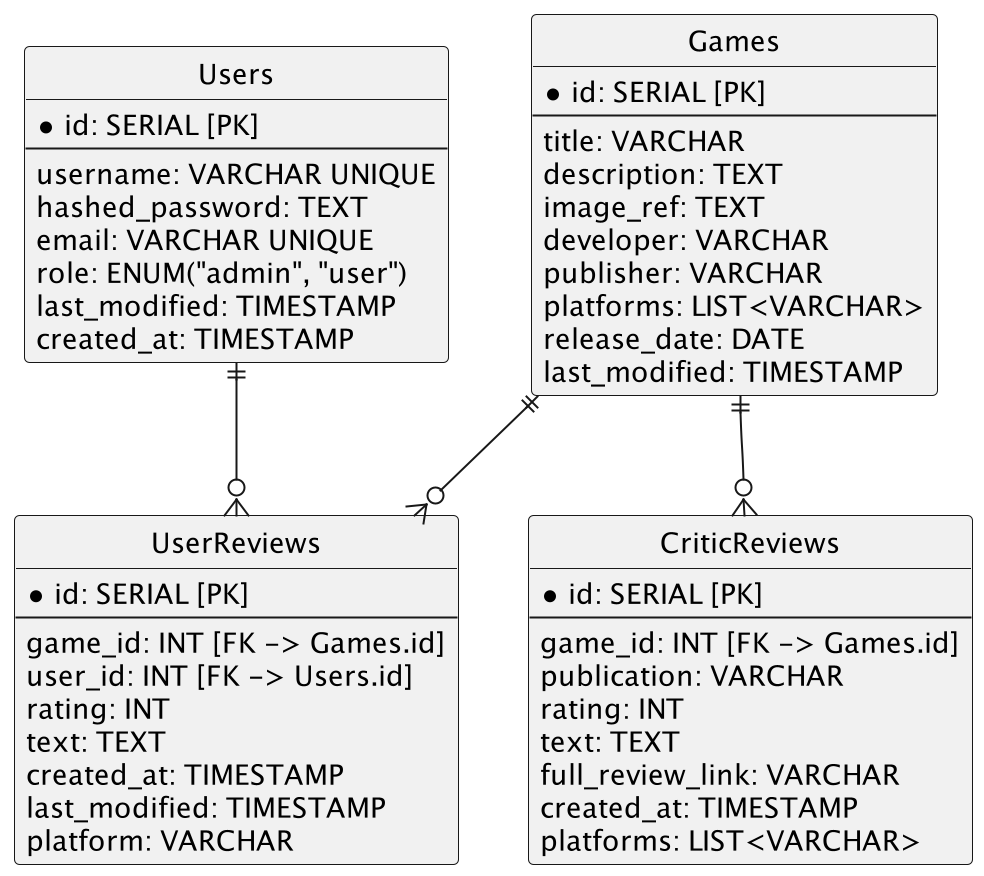
Earlier version of the PlantUML export sql_model/er.png (moevm/nosql1h25-review). Its source is kept beside it as sql_model/er.puml.
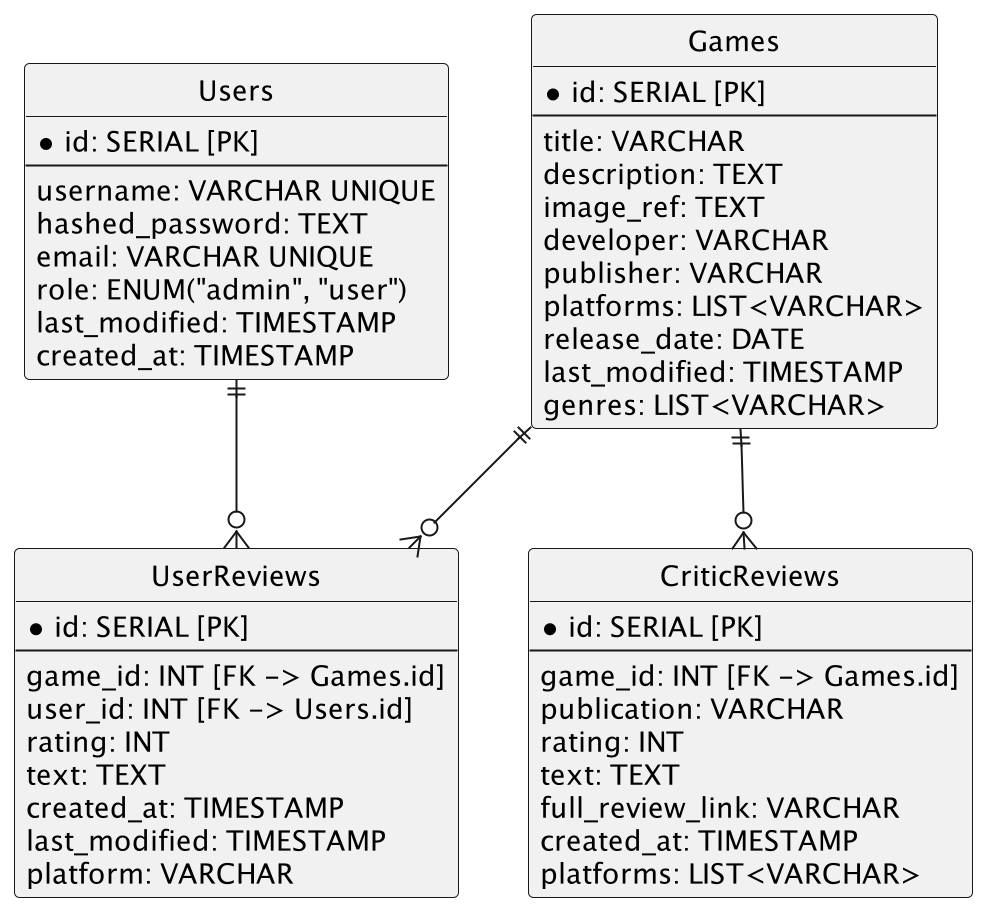
The same file after the commit.

Commit message:
add genres to Games

The edit, as a diff of the source:
```diff
@@ -12,6 +12,7 @@
   platforms: LIST<VARCHAR>
   release_date: DATE
   last_modified: TIMESTAMP
+  genres: LIST<VARCHAR>
 }
 
 entity Users {
```
